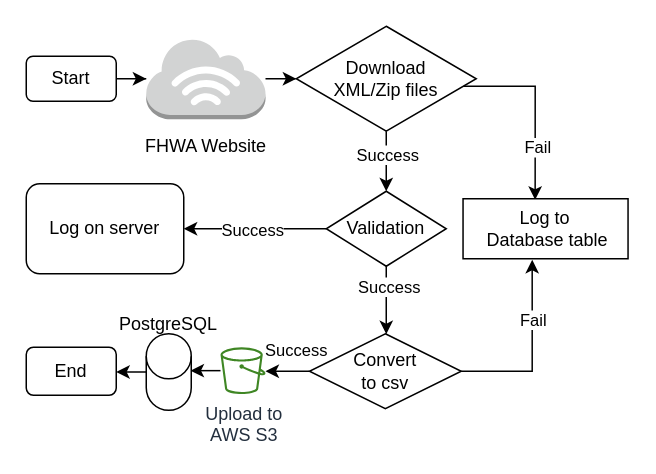
Before: NIA-Data-Preprocessing.drawio in SachinPawaskarUNO/drawings, a draw.io diagram. Source tidied: cells renumbered, new cells numbered last; positions are measured from the earlier drawing's top-left corner, leaving out a move shared by most shapes. Both pictures are drawn from the tidied source at 150%, with x=0, y=0 at pixel (26, 26).
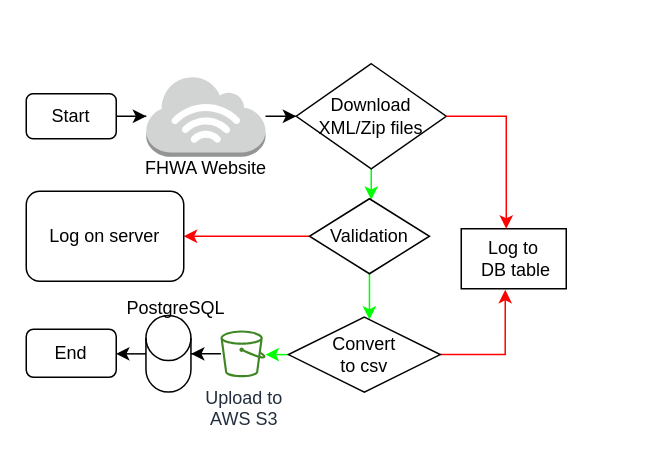
After the change.

The edit, as a diff of the source:
```diff
@@
     <mxCell id="3" value="Start" style="rounded=1;whiteSpace=wrap;html=1;" parent="1" vertex="1">
-      <mxGeometry y="20" width="60" height="30" as="geometry" />
+      <mxGeometry y="45" width="60" height="30" as="geometry" />
     </mxCell>
@@
     <mxCell id="5" style="outlineConnect=0;dashed=0;verticalLabelPosition=bottom;verticalAlign=top;align=center;html=1;shape=mxgraph.aws3.internet_3;fillColor=#D2D3D3;gradientColor=none;" parent="1" vertex="1">
-      <mxGeometry x="80" y="8" width="79.5" height="54" as="geometry" />
+      <mxGeometry x="80" y="33" width="79.5" height="54" as="geometry" />
     </mxCell>
-    <mxCell id="6" style="edgeStyle=orthogonalEdgeStyle;rounded=0;jettySize=auto;html=1;" parent="1" edge="1" source="10" target="15">
+    <mxCell id="6" style="edgeStyle=orthogonalEdgeStyle;rounded=0;jettySize=auto;html=1;strokeColor=#00FF00;" parent="1" edge="1" source="10" target="15">
       <mxGeometry relative="1" as="geometry">
         <Array as="points">
-          <mxPoint x="240" y="105" />
-          <mxPoint x="240" y="105" />
+          <mxPoint x="230" y="95" />
+          <mxPoint x="230" y="95" />
         </Array>
       </mxGeometry>
     </mxCell>
-    <mxCell id="7" value="Success" style="edgeLabel;html=1;align=center;verticalAlign=middle;" parent="6" vertex="1">
-      <mxGeometry x="-0.34" y="-1" relative="1" as="geometry">
-        <mxPoint x="1" y="2" as="offset" />
-      </mxGeometry>
-    </mxCell>
-    <mxCell id="8" style="edgeStyle=orthogonalEdgeStyle;rounded=0;jettySize=auto;html=1;entryX=0.437;entryY=0.017;entryDx=0;entryDy=0;entryPerimeter=0;" parent="1" edge="1" target="27">
-      <mxGeometry relative="1" as="geometry">
-        <mxPoint x="260" y="40" as="sourcePoint" />
-        <Array as="points">
-          <mxPoint x="339" y="40" />
-        </Array>
-      </mxGeometry>
-    </mxCell>
-    <mxCell id="9" value="Fail" style="edgeLabel;html=1;align=center;verticalAlign=middle;" parent="8" vertex="1">
-      <mxGeometry x="-0.06" y="-8" relative="1" as="geometry">
-        <mxPoint x="7" y="32" as="offset" />
-      </mxGeometry>
-    </mxCell>
     <mxCell id="10" value="Download &lt;br&gt;XML/Zip files" style="rhombus;whiteSpace=wrap;html=1;" parent="1" vertex="1">
-      <mxGeometry x="180" width="120" height="70" as="geometry" />
+      <mxGeometry x="180" y="25" width="100" height="70" as="geometry" />
     </mxCell>
-    <mxCell id="11" style="edgeStyle=orthogonalEdgeStyle;rounded=0;jettySize=auto;html=1;" parent="1" edge="1" source="15" target="20">
+    <mxCell id="11" style="edgeStyle=orthogonalEdgeStyle;rounded=0;jettySize=auto;html=1;strokeColor=#00FF00;" parent="1" edge="1" source="15" target="20">
       <mxGeometry relative="1" as="geometry">
         <Array as="points">
-          <mxPoint x="278" y="235" />
-          <mxPoint x="278" y="235" />
+          <mxPoint x="229" y="175" />
+          <mxPoint x="229" y="175" />
         </Array>
       </mxGeometry>
     </mxCell>
-    <mxCell id="12" value="Success" style="edgeLabel;html=1;align=center;verticalAlign=middle;" parent="11" vertex="1">
-      <mxGeometry x="0.31" y="-2" relative="1" as="geometry">
-        <mxPoint x="3" y="-17" as="offset" />
-      </mxGeometry>
-    </mxCell>
-    <mxCell id="13" style="edgeStyle=orthogonalEdgeStyle;rounded=0;jettySize=auto;html=1;" parent="1" edge="1" source="15" target="21">
+    <mxCell id="13" style="edgeStyle=orthogonalEdgeStyle;rounded=0;jettySize=auto;html=1;strokeColor=#FF0000;" parent="1" edge="1" source="15" target="21">
       <mxGeometry relative="1" as="geometry" />
     </mxCell>
-    <mxCell id="14" value="Success" style="edgeLabel;html=1;align=center;verticalAlign=middle;" parent="13" vertex="1">
-      <mxGeometry x="-0.27" relative="1" as="geometry">
-        <mxPoint x="-15" as="offset" />
-      </mxGeometry>
-    </mxCell>
     <mxCell id="15" value="Validation" style="rhombus;whiteSpace=wrap;html=1;" parent="1" vertex="1">
-      <mxGeometry x="200" y="110" width="80" height="50" as="geometry" />
+      <mxGeometry x="188.8" y="115" width="80" height="50" as="geometry" />
     </mxCell>
-    <mxCell id="16" style="edgeStyle=orthogonalEdgeStyle;rounded=0;jettySize=auto;html=1;" parent="1" edge="1" source="20" target="23">
+    <mxCell id="16" style="edgeStyle=orthogonalEdgeStyle;rounded=0;jettySize=auto;html=1;strokeColor=#00FF00;" parent="1" edge="1" source="20" target="23">
       <mxGeometry relative="1" as="geometry">
         <Array as="points">
           <mxPoint x="180" y="230" />
           <mxPoint x="180" y="230" />
         </Array>
       </mxGeometry>
     </mxCell>
-    <mxCell id="17" value="Success" style="edgeLabel;html=1;align=center;verticalAlign=middle;" parent="16" vertex="1">
-      <mxGeometry x="-0.2" y="-1" relative="1" as="geometry">
-        <mxPoint x="3" y="-14" as="offset" />
-      </mxGeometry>
-    </mxCell>
-    <mxCell id="18" style="edgeStyle=orthogonalEdgeStyle;rounded=0;jettySize=auto;html=1;entryX=0.419;entryY=1.017;entryDx=0;entryDy=0;entryPerimeter=0;" parent="1" edge="1" source="20" target="27">
+    <mxCell id="18" style="edgeStyle=orthogonalEdgeStyle;rounded=0;jettySize=auto;html=1;entryX=0.419;entryY=1.017;entryDx=0;entryDy=0;entryPerimeter=0;strokeColor=#FF0000;" parent="1" edge="1" source="20" target="27">
       <mxGeometry relative="1" as="geometry" />
     </mxCell>
-    <mxCell id="19" value="Fail" style="edgeLabel;html=1;align=center;verticalAlign=middle;" parent="18" vertex="1">
-      <mxGeometry x="0.1" relative="1" as="geometry">
-        <mxPoint y="-15" as="offset" />
-      </mxGeometry>
-    </mxCell>
     <mxCell id="20" value="Convert&lt;br&gt;to csv" style="rhombus;whiteSpace=wrap;html=1;" parent="1" vertex="1">
-      <mxGeometry x="188.8" y="205" width="101.2" height="50" as="geometry" />
+      <mxGeometry x="174.8" y="193.9" width="101.2" height="50" as="geometry" />
     </mxCell>
     <mxCell id="21" value="Log on server" style="rounded=1;whiteSpace=wrap;html=1;" parent="1" vertex="1">
-      <mxGeometry y="105" width="105" height="60" as="geometry" />
+      <mxGeometry y="110" width="105" height="60" as="geometry" />
     </mxCell>
@@
     <mxCell id="23" value="Upload to &lt;br&gt;AWS S3" style="sketch=0;outlineConnect=0;fontColor=#232F3E;gradientColor=none;fillColor=#3F8624;strokeColor=none;dashed=0;verticalLabelPosition=bottom;verticalAlign=top;align=center;html=1;fontSize=12;fontStyle=0;shape=mxgraph.aws4.bucket;" parent="1" vertex="1">
-      <mxGeometry x="129.5" y="214" width="30" height="31.2" as="geometry" />
+      <mxGeometry x="129.5" y="202.8" width="30" height="31.2" as="geometry" />
     </mxCell>
@@
     <mxCell id="25" style="shape=cylinder3;whiteSpace=wrap;html=1;boundedLbl=1;backgroundOutline=1;size=15;" parent="1" vertex="1">
-      <mxGeometry x="80" y="205" width="30" height="51" as="geometry" />
+      <mxGeometry x="79.8" y="192.9" width="30" height="51" as="geometry" />
     </mxCell>
     <mxCell id="26" value="End" style="rounded=1;whiteSpace=wrap;html=1;" parent="1" vertex="1">
-      <mxGeometry y="214" width="60" height="32" as="geometry" />
+      <mxGeometry y="202" width="60" height="32" as="geometry" />
     </mxCell>
-    <mxCell id="27" value="Log to&lt;br&gt;&amp;nbsp;Database table" style="whiteSpace=wrap;html=1;" parent="1" vertex="1">
-      <mxGeometry x="291.2" y="115" width="110" height="40" as="geometry" />
+    <mxCell id="27" value="Log to&lt;br&gt;&amp;nbsp;DB table" style="whiteSpace=wrap;html=1;" parent="1" vertex="1">
+      <mxGeometry x="290" y="135" width="70" height="40" as="geometry" />
     </mxCell>
     <mxCell id="28" value="PostgreSQL" style="text;strokeColor=none;align=center;fillColor=none;html=1;verticalAlign=middle;whiteSpace=wrap;rounded=0;" parent="1" vertex="1">
-      <mxGeometry x="64.8" y="184" width="60" height="30" as="geometry" />
+      <mxGeometry x="69.5" y="172.8" width="60" height="30" as="geometry" />
     </mxCell>
     <mxCell id="29" value="FHWA Website" style="text;strokeColor=none;align=center;fillColor=none;html=1;verticalAlign=middle;whiteSpace=wrap;rounded=0;" parent="1" vertex="1">
-      <mxGeometry x="64.8" y="65" width="110" height="30" as="geometry" />
+      <mxGeometry x="64.8" y="80" width="110" height="30" as="geometry" />
     </mxCell>
+    <mxCell id="30" style="endArrow=classic;html=1;rounded=0;exitX=1;exitY=0.5;exitDx=0;exitDy=0;entryX=0.429;entryY=0;entryDx=0;entryDy=0;entryPerimeter=0;strokeColor=#FF0000;" parent="1" edge="1" source="10" target="27">
+      <mxGeometry relative="1" as="geometry">
+        <Array as="points">
+          <mxPoint x="320" y="60" />
+        </Array>
+      </mxGeometry>
+    </mxCell>
```
